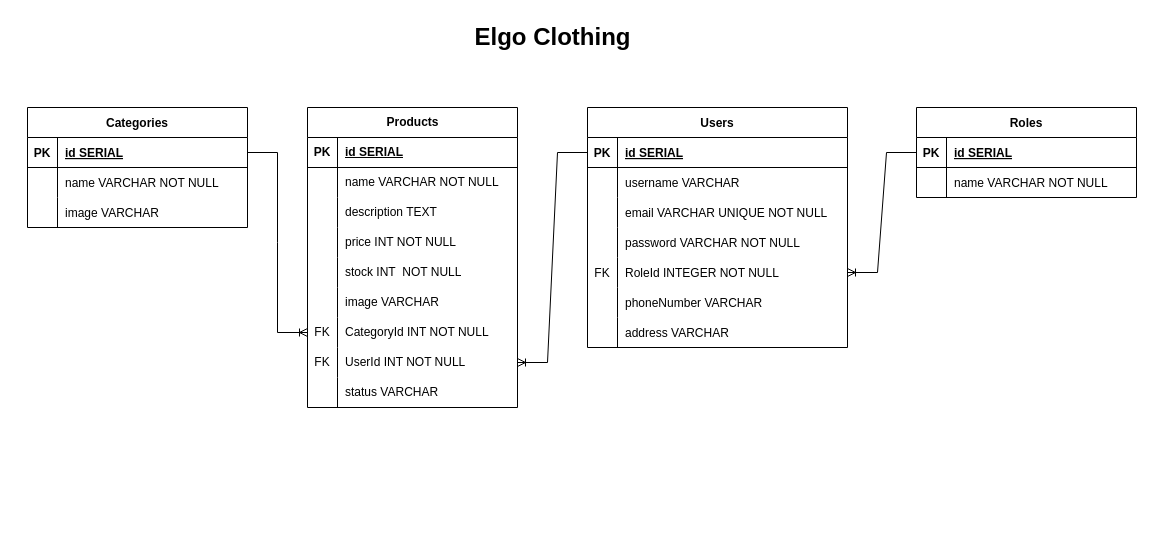
Earlier version of the draw.io diagram server/clothing.drawio (sakirsyarian/clothing). Source tidied: cells renumbered, new cells numbered last; positions are measured from the earlier drawing's top-left corner, leaving out a move shared by most shapes. Both pictures are drawn from the tidied source at 100%, with x=0, y=0 at pixel (27, 17).
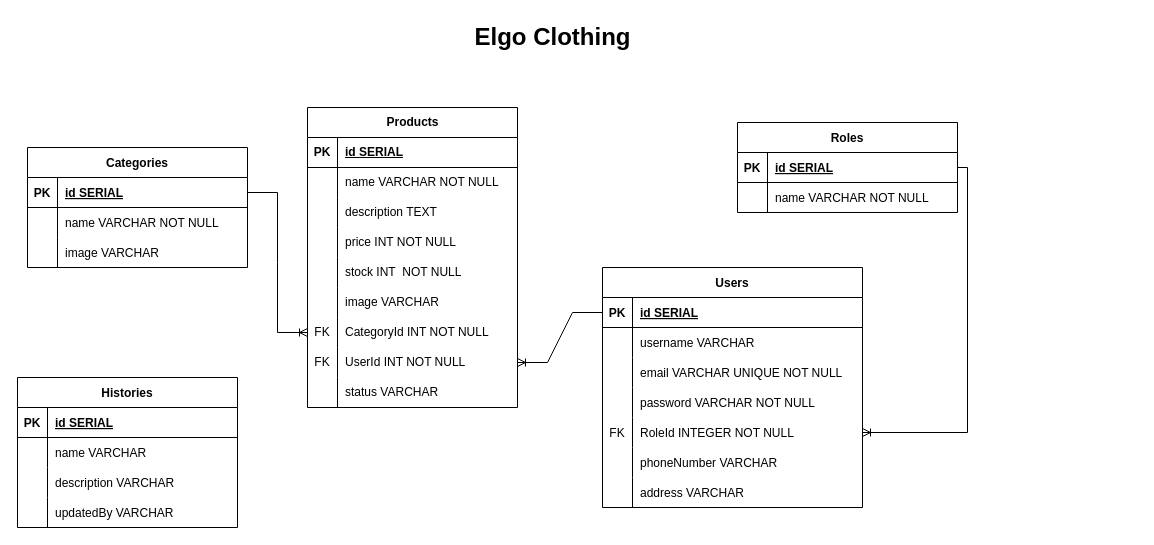
The same page after the edit.

Unchanged cells that the change refers to:
```xml
<mxCell id="55" style="shape=tableRow;horizontal=0;startSize=0;swimlaneHead=0;swimlaneBody=0;fillColor=none;points=[[0,0.5],[1,0.5]];portConstraint=eastwest;top=0;left=0;right=0;bottom=0;" parent="42" vertex="1">
  <mxGeometry y="150" width="260" height="30" as="geometry" />
</mxCell>
<mxCell id="65" style="shape=tableRow;horizontal=0;startSize=0;swimlaneHead=0;swimlaneBody=0;fillColor=none;points=[[0,0.5],[1,0.5]];portConstraint=eastwest;top=0;left=0;right=0;bottom=1;" parent="64" vertex="1">
  <mxGeometry y="30" width="220" height="30" as="geometry" />
</mxCell>
```

The edit, as a diff of the source:
```diff
@@
     <mxCell id="31" value="Categories" style="shape=table;startSize=30;childLayout=tableLayout;rowLines=0;fontStyle=1;align=center;" parent="1" vertex="1">
-      <mxGeometry y="90" width="220" height="120" as="geometry" />
+      <mxGeometry y="130" width="220" height="120" as="geometry" />
     </mxCell>
@@
     <mxCell id="42" value="Users" style="shape=table;startSize=30;childLayout=tableLayout;rowLines=0;fontStyle=1;align=center;" parent="1" vertex="1">
-      <mxGeometry x="560" y="90" width="260" height="240" as="geometry" />
+      <mxGeometry x="575" y="250" width="260" height="240" as="geometry" />
     </mxCell>
@@
     <mxCell id="64" value="Roles" style="shape=table;startSize=30;childLayout=tableLayout;rowLines=0;fontStyle=1;align=center;" parent="1" vertex="1">
-      <mxGeometry x="889" y="90" width="220" height="90" as="geometry" />
+      <mxGeometry x="710" y="105" width="220" height="90" as="geometry" />
     </mxCell>
@@
-    <mxCell id="71" style="edgeStyle=entityRelationEdgeStyle;fontSize=12;html=1;endArrow=ERoneToMany;rounded=0;exitX=0;exitY=0.5;exitDx=0;exitDy=0;entryX=1;entryY=0.5;entryDx=0;entryDy=0;" parent="1" edge="1" source="65" target="55">
+    <mxCell id="71" style="edgeStyle=orthogonalEdgeStyle;fontSize=12;html=1;endArrow=ERoneToMany;rounded=0;exitX=1;exitY=0.5;exitDx=0;exitDy=0;entryX=1;entryY=0.5;entryDx=0;entryDy=0;" parent="1" edge="1" source="65" target="55">
       <mxGeometry relative="1" as="geometry" />
     </mxCell>
@@
+    <mxCell id="73" value="Histories" style="shape=table;startSize=30;childLayout=tableLayout;rowLines=0;fontStyle=1;align=center;" parent="1" vertex="1">
+      <mxGeometry x="-10" y="360" width="220" height="150" as="geometry" />
+    </mxCell>
+    <mxCell id="74" style="shape=tableRow;horizontal=0;startSize=0;swimlaneHead=0;swimlaneBody=0;fillColor=none;top=0;left=0;right=0;bottom=1;" parent="73" vertex="1">
+      <mxGeometry y="30" width="220" height="30" as="geometry" />
+    </mxCell>
+    <mxCell id="75" value="PK" style="shape=partialRectangle;fillColor=none;top=0;left=0;bottom=0;right=0;fontStyle=1;overflow=hidden;" parent="74" vertex="1">
+      <mxGeometry width="30" height="30" as="geometry" />
+    </mxCell>
+    <mxCell id="76" value="id SERIAL" style="shape=partialRectangle;fillColor=none;top=0;left=0;bottom=0;right=0;align=left;spacingLeft=6;fontStyle=5;overflow=hidden;" parent="74" vertex="1">
+      <mxGeometry x="30" width="190" height="30" as="geometry" />
+    </mxCell>
+    <mxCell id="77" style="shape=tableRow;horizontal=0;startSize=0;swimlaneHead=0;swimlaneBody=0;fillColor=none;top=0;left=0;right=0;bottom=0;" parent="73" vertex="1">
+      <mxGeometry y="60" width="220" height="30" as="geometry" />
+    </mxCell>
+    <mxCell id="78" style="shape=partialRectangle;fillColor=none;top=0;left=0;bottom=0;right=0;overflow=hidden;" parent="77" vertex="1">
+      <mxGeometry width="30" height="30" as="geometry" />
+    </mxCell>
+    <mxCell id="79" value="name VARCHAR" style="shape=partialRectangle;fillColor=none;top=0;left=0;bottom=0;right=0;align=left;spacingLeft=6;overflow=hidden;" parent="77" vertex="1">
+      <mxGeometry x="30" width="190" height="30" as="geometry" />
+    </mxCell>
+    <mxCell id="80" style="shape=tableRow;horizontal=0;startSize=0;swimlaneHead=0;swimlaneBody=0;fillColor=none;top=0;left=0;right=0;bottom=0;" parent="73" vertex="1">
+      <mxGeometry y="90" width="220" height="30" as="geometry" />
+    </mxCell>
+    <mxCell id="81" style="shape=partialRectangle;fillColor=none;top=0;left=0;bottom=0;right=0;overflow=hidden;" parent="80" vertex="1">
+      <mxGeometry width="30" height="30" as="geometry" />
+    </mxCell>
+    <mxCell id="82" value="description VARCHAR" style="shape=partialRectangle;fillColor=none;top=0;left=0;bottom=0;right=0;align=left;spacingLeft=6;overflow=hidden;" parent="80" vertex="1">
+      <mxGeometry x="30" width="190" height="30" as="geometry" />
+    </mxCell>
+    <mxCell id="83" style="shape=tableRow;horizontal=0;startSize=0;swimlaneHead=0;swimlaneBody=0;fillColor=none;top=0;left=0;right=0;bottom=0;" parent="73" vertex="1">
+      <mxGeometry y="120" width="220" height="30" as="geometry" />
+    </mxCell>
+    <mxCell id="84" style="shape=partialRectangle;fillColor=none;top=0;left=0;bottom=0;right=0;overflow=hidden;" parent="83" vertex="1">
+      <mxGeometry width="30" height="30" as="geometry" />
+    </mxCell>
+    <mxCell id="85" value="updatedBy VARCHAR" style="shape=partialRectangle;fillColor=none;top=0;left=0;bottom=0;right=0;align=left;spacingLeft=6;overflow=hidden;" parent="83" vertex="1">
+      <mxGeometry x="30" width="190" height="30" as="geometry" />
+    </mxCell>
```
